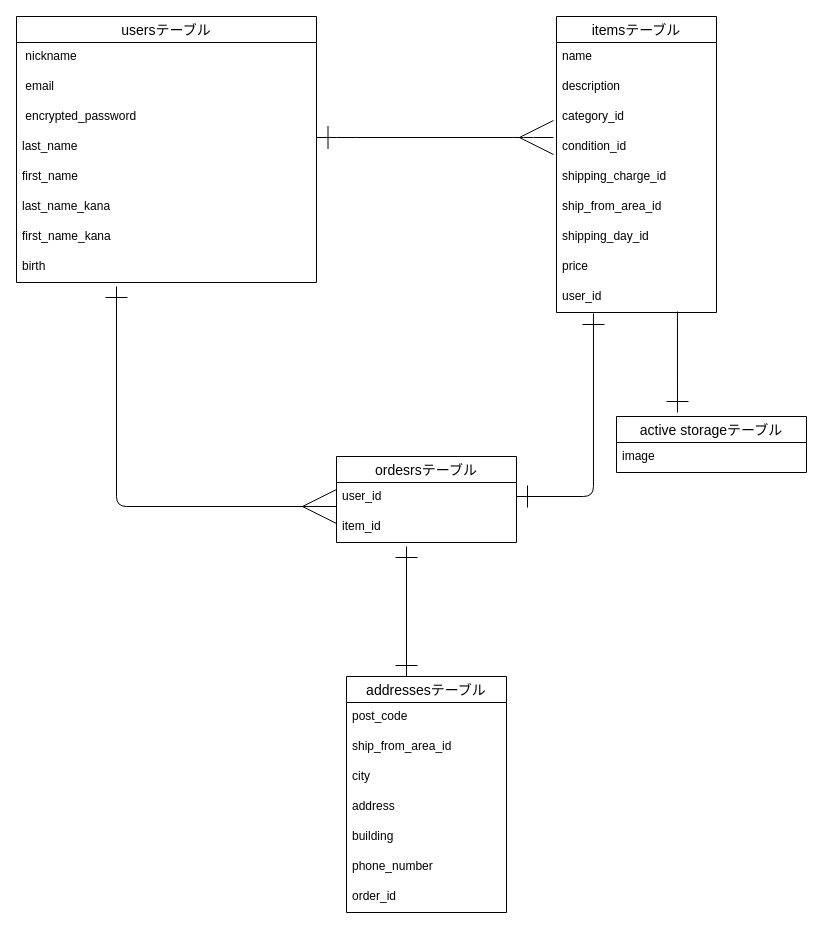
This is test.dio from Sho-15/furima-40480, a draw.io file, before an edit. Source tidied: cells renumbered, new cells numbered last; positions are measured from the earlier drawing's top-left corner, leaving out a move shared by most shapes. Both pictures are drawn from the tidied source at 100%, with x=0, y=0 at pixel (16, 16).
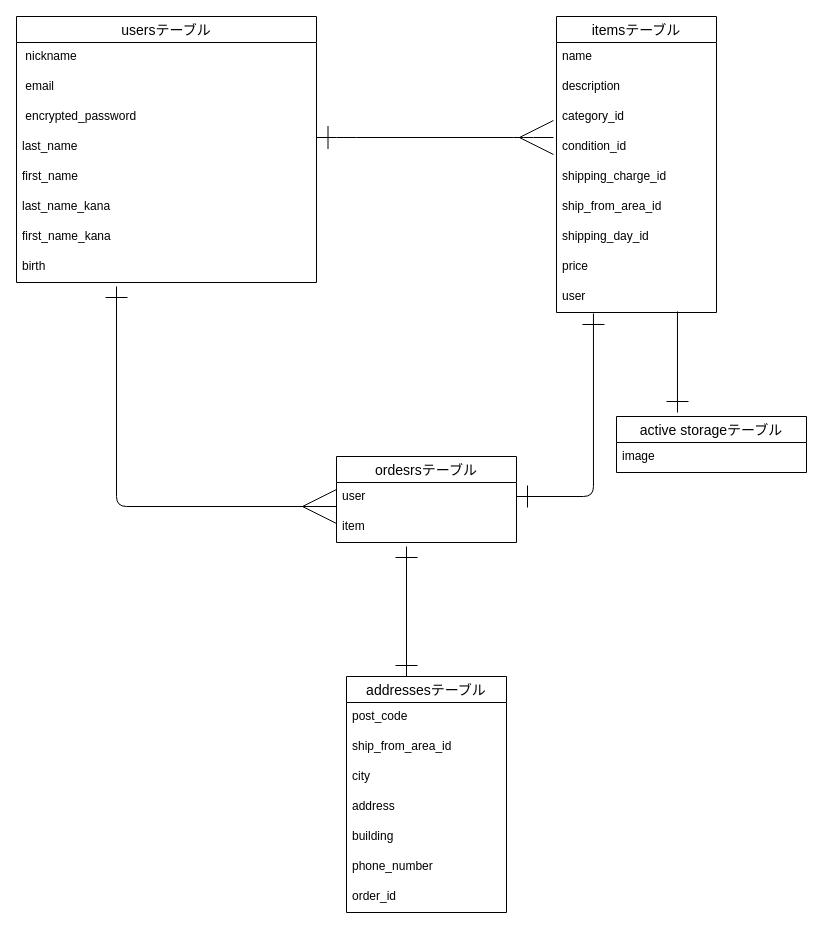
The same diagram, later.

Commit message (it also covers changes not shown here):
READMEとER図の修正

Unchanged cells that the change refers to:
```xml
<mxCell id="11" value="ordesrsテーブル" style="swimlane;fontStyle=0;horizontal=1;startSize=26;align=center;fontSize=14;" parent="1" vertex="1">
  <mxGeometry x="320" y="440" width="180" height="86" as="geometry" />
</mxCell>
<mxCell id="14" value="itemsテーブル" style="swimlane;fontStyle=0;horizontal=1;startSize=26;align=center;fontSize=14;" parent="1" vertex="1">
  <mxGeometry x="540" width="160" height="296" as="geometry" />
</mxCell>
```

What changed in the source:
```diff
@@
-    <mxCell id="12" value="user_id" style="text;strokeColor=none;fillColor=none;spacingLeft=4;spacingRight=4;overflow=hidden;points=[[0,0.5],[1,0.5]];portConstraint=eastwest;fontSize=12;" parent="11" vertex="1">
+    <mxCell id="12" value="user" style="text;strokeColor=none;fillColor=none;spacingLeft=4;spacingRight=4;overflow=hidden;points=[[0,0.5],[1,0.5]];portConstraint=eastwest;fontSize=12;" parent="11" vertex="1">
       <mxGeometry y="26" width="180" height="30" as="geometry" />
     </mxCell>
-    <mxCell id="13" value="item_id" style="text;strokeColor=none;fillColor=none;spacingLeft=4;spacingRight=4;overflow=hidden;fontSize=12;" parent="11" vertex="1">
+    <mxCell id="13" value="item" style="text;strokeColor=none;fillColor=none;spacingLeft=4;spacingRight=4;overflow=hidden;fontSize=12;" parent="11" vertex="1">
       <mxGeometry y="56" width="180" height="30" as="geometry" />
     </mxCell>
@@
-    <mxCell id="23" value="user_id" style="text;strokeColor=none;fillColor=none;spacingLeft=4;spacingRight=4;overflow=hidden;points=[[0,0.5],[1,0.5]];portConstraint=eastwest;fontSize=12;" parent="14" vertex="1">
+    <mxCell id="23" value="user" style="text;strokeColor=none;fillColor=none;spacingLeft=4;spacingRight=4;overflow=hidden;points=[[0,0.5],[1,0.5]];portConstraint=eastwest;fontSize=12;" parent="14" vertex="1">
       <mxGeometry y="266" width="160" height="30" as="geometry" />
     </mxCell>
```
